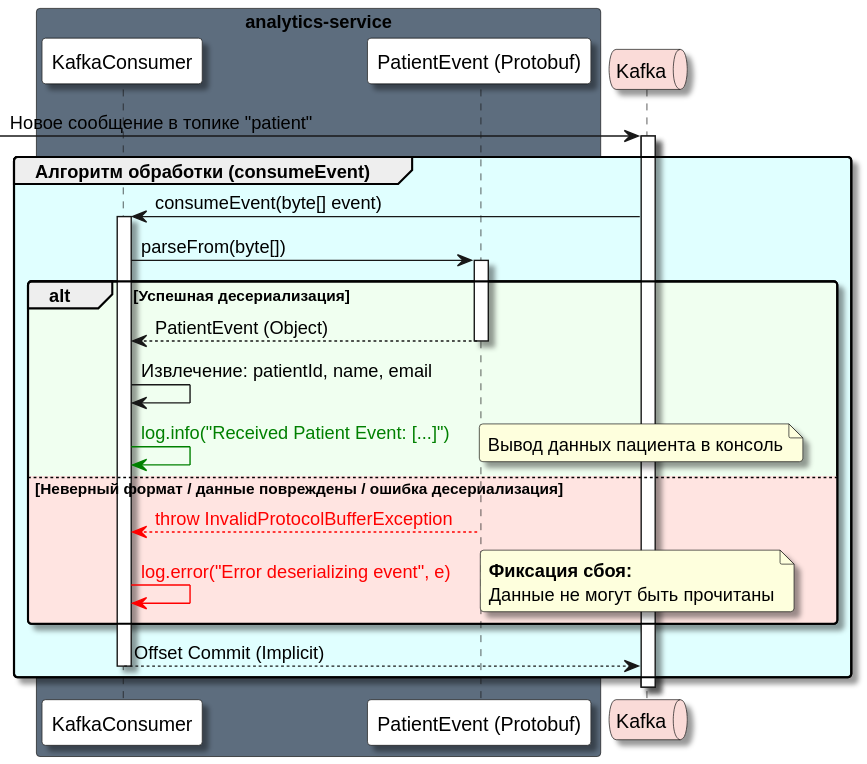
The PlantUML diagram Docs/As-is/Diagrams/PatientEventConsumer.svg in ni1a207/Healthcare-System, before a commit.
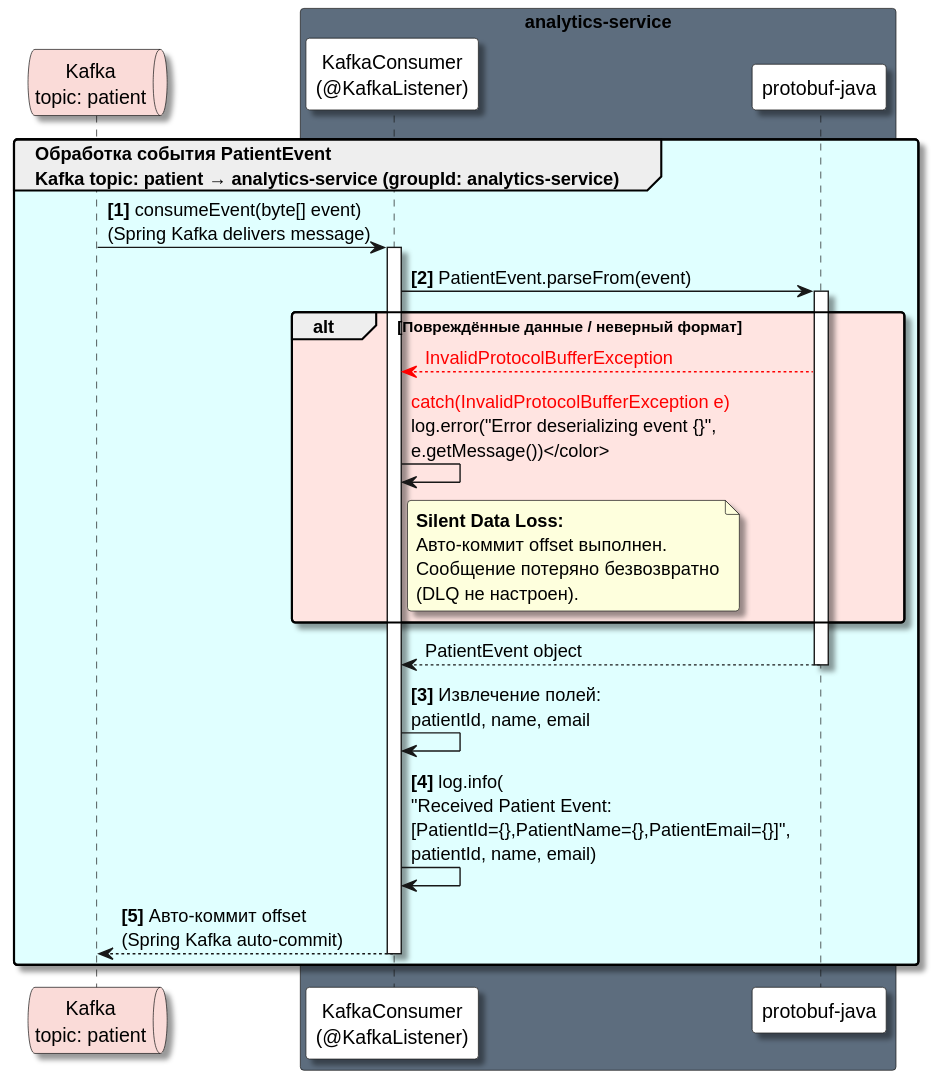
After the change.

The edit, as a diff of the source:
```diff
@@ -3,43 +3,33 @@
 skinparam RoundCorner 5
 skinparam MaxMessageSize 250
 
-box "analytics-service"  #5D6D7E
-    participant "KafkaConsumer" as Consumer #White
-    participant "PatientEvent (Protobuf)" as Proto #White
+queue "Kafka\ntopic: patient" as KF #FADBD8
+
+box "analytics-service" #5D6D7E
+    participant "KafkaConsumer\n(@KafkaListener)" as Consumer #White
+    participant "protobuf-java" as Proto #White
 end box
 
-queue "Kafka" as KF #FADBD8
+group #LightCyan Обработка события PatientEvent\nKafka topic: patient → analytics-service (groupId: analytics-service)
 
-[-> KF : Новое сообщение в топике "patient"
-activate KF
+    KF -> Consumer ++: **[1]** consumeEvent(byte[] event)\n(Spring Kafka delivers message)
 
-group #LightCyan Алгоритм обработки (consumeEvent)
-    KF -> Consumer : consumeEvent(byte[] event)
-    activate Consumer
+    Consumer -> Proto ++: **[2]** PatientEvent.parseFrom(event)
 
-    Consumer -> Proto : parseFrom(byte[])
-    activate Proto
+    alt #MistyRose Повреждённые данные / неверный формат
+        Proto --[#red]> Consumer: <color:#red>InvalidProtocolBufferException</color>
 
-    alt #HoneyDew Успешная десериализация
-        Proto --> Consumer : PatientEvent (Object)
-        deactivate Proto
+        Consumer -> Consumer: <color:#red>catch(InvalidProtocolBufferException e)\nlog.error("Error deserializing event {}", e.getMessage())</color>
+        note right of Consumer: **Silent Data Loss:**\nАвто-коммит offset выполнен.\nСообщение потеряно безвозвратно\n(DLQ не настроен).
+    end
 
-        Consumer -> Consumer : Извлечение: patientId, name, email
+    Proto --> Consumer --: PatientEvent object
 
-        Consumer -[#green]> Consumer : <color:#green>log.info("Received Patient Event: [...]")</color>
-        note right: Вывод данных пациента в консоль
+    Consumer -> Consumer: **[3]** Извлечение полей:\npatientId, name, email
 
-    else #MistyRose Неверный формат / данные повреждены / ошибка десериализация
-        Proto --[#red]> Consumer : <color:#red>throw InvalidProtocolBufferException</color>
-        deactivate Proto
+    Consumer -> Consumer: **[4]** log.info(\n"Received Patient Event:\n[PatientId={},PatientName={},PatientEmail={}]",\npatientId, name, email)
 
-        Consumer -[#red]> Consumer : <color:#red>log.error("Error deserializing event", e)</color>
-        note right: **Фиксация сбоя:**\nДанные не могут быть прочитаны
-    end
-KF <-- Consumer : Offset Commit (Implicit)
+    Consumer --> KF --: **[5]** Авто-коммит offset\n(Spring Kafka auto-commit)
 
-    deactivate Consumer
 end
-
-deactivate KF
 @enduml
```
